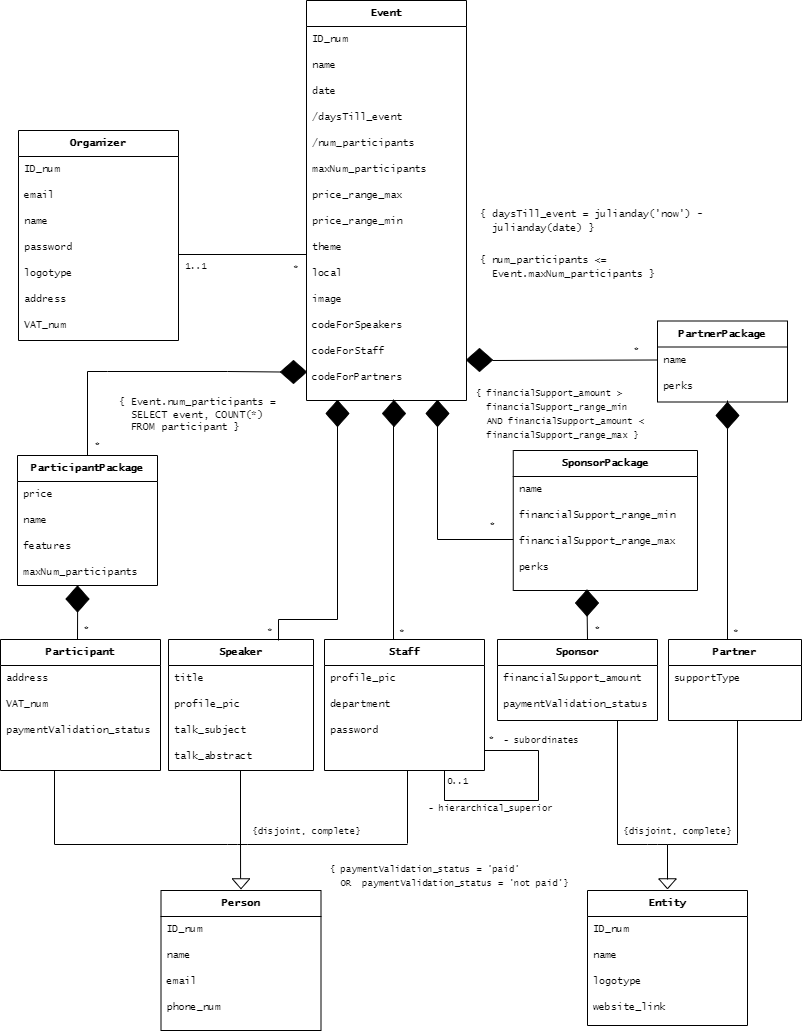
joamats/feup-InformationSystems keeps this draw.io diagram as docs/UML-Classes.png. Above is the earlier version. Source tidied: cells renumbered, new cells last; positions are measured from the earlier drawing's top-left corner, leaving out a move shared by most shapes.
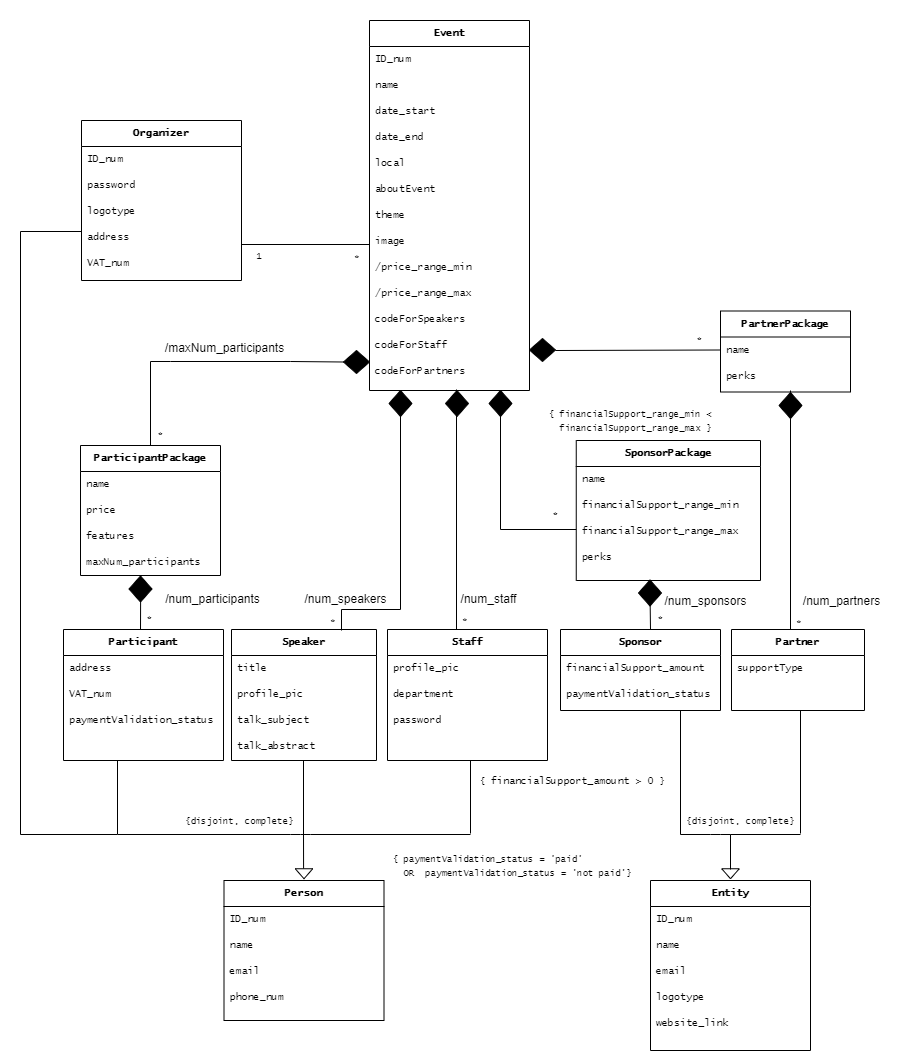
After the change.

Commit message:
Update Report with relational model and updated UML Diagram (closes #42, closes #46, closes #47)

Change to the diagram source:
```diff
@@ -5,3 +5,3 @@
     <mxCell id="2" value="Organizer" style="swimlane;fontStyle=1;align=center;verticalAlign=top;horizontal=1;startSize=26;rounded=0;shadow=0;strokeWidth=1;fontFamily=Lucida Console;fontSize=10;" parent="1" vertex="1">
-      <mxGeometry x="18" y="130" width="160" height="210" as="geometry" />
+      <mxGeometry x="18" y="130" width="160" height="160" as="geometry" />
     </mxCell>
@@ -10,22 +10,16 @@
     </mxCell>
-    <mxCell id="4" value="email" style="text;align=left;verticalAlign=top;spacingLeft=4;spacingRight=4;overflow=hidden;rounded=0;shadow=0;html=0;fontFamily=Lucida Console;fontSize=10;" parent="2" vertex="1">
-      <mxGeometry y="52" width="160" height="26" as="geometry" />
-    </mxCell>
-    <mxCell id="5" value="name" style="text;align=left;verticalAlign=top;spacingLeft=4;spacingRight=4;overflow=hidden;rounded=0;shadow=0;html=0;fontFamily=Lucida Console;fontSize=10;" parent="2" vertex="1">
-      <mxGeometry y="78" width="160" height="26" as="geometry" />
-    </mxCell>
     <mxCell id="6" value="password" style="text;align=left;verticalAlign=top;spacingLeft=4;spacingRight=4;overflow=hidden;rounded=0;shadow=0;html=0;fontFamily=Lucida Console;fontSize=10;" parent="2" vertex="1">
-      <mxGeometry y="104" width="160" height="26" as="geometry" />
+      <mxGeometry y="52" width="160" height="26" as="geometry" />
     </mxCell>
     <mxCell id="7" value="logotype" style="text;align=left;verticalAlign=top;spacingLeft=4;spacingRight=4;overflow=hidden;rounded=0;shadow=0;html=0;fontFamily=Lucida Console;fontSize=10;" parent="2" vertex="1">
-      <mxGeometry y="130" width="160" height="26" as="geometry" />
+      <mxGeometry y="78" width="160" height="26" as="geometry" />
     </mxCell>
     <mxCell id="8" value="address" style="text;align=left;verticalAlign=top;spacingLeft=4;spacingRight=4;overflow=hidden;rounded=0;shadow=0;html=0;fontFamily=Lucida Console;fontSize=10;" parent="2" vertex="1">
-      <mxGeometry y="156" width="160" height="26" as="geometry" />
+      <mxGeometry y="104" width="160" height="26" as="geometry" />
     </mxCell>
     <mxCell id="9" value="VAT_num" style="text;align=left;verticalAlign=top;spacingLeft=4;spacingRight=4;overflow=hidden;rounded=0;shadow=0;html=0;fontFamily=Lucida Console;fontSize=10;" parent="2" vertex="1">
-      <mxGeometry y="182" width="160" height="26" as="geometry" />
+      <mxGeometry y="130" width="160" height="26" as="geometry" />
     </mxCell>
     <mxCell id="10" value="Entity" style="swimlane;fontStyle=1;align=center;verticalAlign=top;horizontal=1;startSize=26;rounded=0;shadow=0;strokeWidth=1;fontFamily=Lucida Console;fontSize=10;" parent="1" vertex="1">
-      <mxGeometry x="587" y="890" width="160" height="135" as="geometry" />
+      <mxGeometry x="587" y="890" width="160" height="170" as="geometry" />
     </mxCell>
@@ -37,7 +31,10 @@
     </mxCell>
+    <mxCell id="4" value="email" style="text;align=left;verticalAlign=top;spacingLeft=4;spacingRight=4;overflow=hidden;rounded=0;shadow=0;html=0;fontFamily=Lucida Console;fontSize=10;" parent="10" vertex="1">
+      <mxGeometry y="78" width="160" height="26" as="geometry" />
+    </mxCell>
     <mxCell id="13" value="logotype" style="text;align=left;verticalAlign=top;spacingLeft=4;spacingRight=4;overflow=hidden;rounded=0;shadow=0;html=0;fontFamily=Lucida Console;fontSize=10;" parent="10" vertex="1">
-      <mxGeometry y="78" width="160" height="26" as="geometry" />
+      <mxGeometry y="104" width="160" height="26" as="geometry" />
     </mxCell>
     <mxCell id="14" value="website_link" style="text;align=left;verticalAlign=top;spacingLeft=4;spacingRight=4;overflow=hidden;rounded=0;shadow=0;html=0;fontFamily=Lucida Console;fontSize=10;" parent="10" vertex="1">
-      <mxGeometry y="104" width="160" height="26" as="geometry" />
+      <mxGeometry y="130" width="160" height="26" as="geometry" />
     </mxCell>
@@ -46,8 +43,8 @@
     </mxCell>
+    <mxCell id="17" value="name" style="text;align=left;verticalAlign=top;spacingLeft=4;spacingRight=4;overflow=hidden;fontFamily=Lucida Console;fontSize=10;" parent="15" vertex="1">
+      <mxGeometry y="26" width="140" height="26" as="geometry" />
+    </mxCell>
     <mxCell id="16" value="price" style="text;align=left;verticalAlign=top;spacingLeft=4;spacingRight=4;overflow=hidden;fontFamily=Lucida Console;fontSize=10;" parent="15" vertex="1">
-      <mxGeometry y="26" width="140" height="26" as="geometry" />
+      <mxGeometry y="52" width="140" height="26" as="geometry" />
     </mxCell>
-    <mxCell id="17" value="name" style="text;align=left;verticalAlign=top;spacingLeft=4;spacingRight=4;overflow=hidden;fontFamily=Lucida Console;fontSize=10;" parent="15" vertex="1">
-      <mxGeometry y="52" width="140" height="26" as="geometry" />
-    </mxCell>
     <mxCell id="18" value="features" style="text;align=left;verticalAlign=top;spacingLeft=4;spacingRight=4;overflow=hidden;fontFamily=Lucida Console;fontSize=10;" parent="15" vertex="1">
@@ -59,3 +56,3 @@
     <mxCell id="20" value="Event" style="swimlane;fontStyle=1;align=center;verticalAlign=top;horizontal=1;startSize=26;rounded=0;shadow=0;strokeWidth=1;fontFamily=Lucida Console;fontSize=10;" parent="1" vertex="1">
-      <mxGeometry x="306" width="160" height="400" as="geometry" />
+      <mxGeometry x="306" y="30" width="160" height="370" as="geometry" />
     </mxCell>
@@ -67,37 +64,34 @@
     </mxCell>
-    <mxCell id="23" value="date" style="text;align=left;verticalAlign=top;spacingLeft=4;spacingRight=4;overflow=hidden;rounded=0;shadow=0;html=0;fontFamily=Lucida Console;fontSize=10;" parent="20" vertex="1">
+    <mxCell id="23" value="date_start" style="text;align=left;verticalAlign=top;spacingLeft=4;spacingRight=4;overflow=hidden;rounded=0;shadow=0;html=0;fontFamily=Lucida Console;fontSize=10;" parent="20" vertex="1">
       <mxGeometry y="78" width="160" height="26" as="geometry" />
     </mxCell>
-    <mxCell id="24" value="/daysTill_event" style="text;align=left;verticalAlign=top;spacingLeft=4;spacingRight=4;overflow=hidden;rounded=0;shadow=0;html=0;fontFamily=Lucida Console;fontSize=10;" parent="20" vertex="1">
+    <mxCell id="24" value="date_end" style="text;align=left;verticalAlign=top;spacingLeft=4;spacingRight=4;overflow=hidden;rounded=0;shadow=0;html=0;fontFamily=Lucida Console;fontSize=10;" parent="20" vertex="1">
       <mxGeometry y="104" width="160" height="26" as="geometry" />
     </mxCell>
+    <mxCell id="30" value="local" style="text;align=left;verticalAlign=top;spacingLeft=4;spacingRight=4;overflow=hidden;rounded=0;shadow=0;html=0;fontFamily=Lucida Console;fontSize=10;" parent="20" vertex="1">
+      <mxGeometry y="130" width="160" height="26" as="geometry" />
+    </mxCell>
-    <mxCell id="25" value="/num_participants" style="text;align=left;verticalAlign=top;spacingLeft=4;spacingRight=4;overflow=hidden;rounded=0;shadow=0;html=0;fontFamily=Lucida Console;fontSize=10;" parent="20" vertex="1">
-      <mxGeometry y="130" width="160" height="26" as="geometry" />
+    <mxCell id="25" value="aboutEvent" style="text;align=left;verticalAlign=top;spacingLeft=4;spacingRight=4;overflow=hidden;rounded=0;shadow=0;html=0;fontFamily=Lucida Console;fontSize=10;" parent="20" vertex="1">
+      <mxGeometry y="156" width="160" height="26" as="geometry" />
     </mxCell>
-    <mxCell id="26" value="maxNum_participants" style="text;align=left;verticalAlign=top;spacingLeft=4;spacingRight=4;overflow=hidden;rounded=0;shadow=0;html=0;fontFamily=Lucida Console;fontSize=10;" parent="20" vertex="1">
-      <mxGeometry y="156" width="160" height="26" as="geometry" />
-    </mxCell>
+    <mxCell id="29" value="theme" style="text;align=left;verticalAlign=top;spacingLeft=4;spacingRight=4;overflow=hidden;rounded=0;shadow=0;html=0;fontFamily=Lucida Console;fontSize=10;" parent="20" vertex="1">
+      <mxGeometry y="182" width="160" height="26" as="geometry" />
+    </mxCell>
+    <mxCell id="31" value="image" style="text;align=left;verticalAlign=top;spacingLeft=4;spacingRight=4;overflow=hidden;rounded=0;shadow=0;html=0;fontFamily=Lucida Console;fontSize=10;" parent="20" vertex="1">
+      <mxGeometry y="208" width="160" height="26" as="geometry" />
+    </mxCell>
+    <mxCell id="28" value="/price_range_min" style="text;align=left;verticalAlign=top;spacingLeft=4;spacingRight=4;overflow=hidden;rounded=0;shadow=0;html=0;fontFamily=Lucida Console;fontSize=10;" parent="20" vertex="1">
+      <mxGeometry y="234" width="160" height="26" as="geometry" />
+    </mxCell>
-    <mxCell id="27" value="price_range_max" style="text;align=left;verticalAlign=top;spacingLeft=4;spacingRight=4;overflow=hidden;rounded=0;shadow=0;html=0;fontFamily=Lucida Console;fontSize=10;" parent="20" vertex="1">
-      <mxGeometry y="182" width="160" height="26" as="geometry" />
+    <mxCell id="27" value="/price_range_max" style="text;align=left;verticalAlign=top;spacingLeft=4;spacingRight=4;overflow=hidden;rounded=0;shadow=0;html=0;fontFamily=Lucida Console;fontSize=10;" parent="20" vertex="1">
+      <mxGeometry y="260" width="160" height="26" as="geometry" />
     </mxCell>
-    <mxCell id="28" value="price_range_min" style="text;align=left;verticalAlign=top;spacingLeft=4;spacingRight=4;overflow=hidden;rounded=0;shadow=0;html=0;fontFamily=Lucida Console;fontSize=10;" parent="20" vertex="1">
-      <mxGeometry y="208" width="160" height="26" as="geometry" />
-    </mxCell>
-    <mxCell id="29" value="theme" style="text;align=left;verticalAlign=top;spacingLeft=4;spacingRight=4;overflow=hidden;rounded=0;shadow=0;html=0;fontFamily=Lucida Console;fontSize=10;" parent="20" vertex="1">
-      <mxGeometry y="234" width="160" height="26" as="geometry" />
-    </mxCell>
-    <mxCell id="30" value="local" style="text;align=left;verticalAlign=top;spacingLeft=4;spacingRight=4;overflow=hidden;rounded=0;shadow=0;html=0;fontFamily=Lucida Console;fontSize=10;" parent="20" vertex="1">
-      <mxGeometry y="260" width="160" height="26" as="geometry" />
-    </mxCell>
-    <mxCell id="31" value="image" style="text;align=left;verticalAlign=top;spacingLeft=4;spacingRight=4;overflow=hidden;rounded=0;shadow=0;html=0;fontFamily=Lucida Console;fontSize=10;" parent="20" vertex="1">
-      <mxGeometry y="286" width="160" height="26" as="geometry" />
-    </mxCell>
     <mxCell id="32" value="codeForSpeakers" style="text;align=left;verticalAlign=top;spacingLeft=4;spacingRight=4;overflow=hidden;rounded=0;shadow=0;html=0;fontFamily=Lucida Console;fontSize=10;" parent="20" vertex="1">
-      <mxGeometry y="312" width="160" height="26" as="geometry" />
+      <mxGeometry y="286" width="160" height="26" as="geometry" />
     </mxCell>
     <mxCell id="33" value="codeForStaff" style="text;align=left;verticalAlign=top;spacingLeft=4;spacingRight=4;overflow=hidden;rounded=0;shadow=0;html=0;fontFamily=Lucida Console;fontSize=10;" parent="20" vertex="1">
-      <mxGeometry y="338" width="160" height="26" as="geometry" />
+      <mxGeometry y="312" width="160" height="26" as="geometry" />
     </mxCell>
     <mxCell id="34" value="codeForPartners" style="text;align=left;verticalAlign=top;spacingLeft=4;spacingRight=4;overflow=hidden;rounded=0;shadow=0;html=0;fontFamily=Lucida Console;fontSize=10;" parent="20" vertex="1">
-      <mxGeometry y="364" width="160" height="26" as="geometry" />
+      <mxGeometry y="338" width="160" height="26" as="geometry" />
     </mxCell>
@@ -139,13 +133,2 @@
     </mxCell>
-    <mxCell id="47" style="endArrow=none;html=1;rounded=0;fontFamily=Lucida Console;fontSize=10;" parent="44" edge="1">
-      <mxGeometry x="0.89" y="-4" relative="1" as="geometry">
-        <mxPoint x="120" y="131" as="sourcePoint" />
-        <mxPoint x="160" y="111" as="targetPoint" />
-        <Array as="points">
-          <mxPoint x="120" y="161" />
-          <mxPoint x="214" y="161" />
-          <mxPoint x="214" y="111" />
-        </Array>
-      </mxGeometry>
-    </mxCell>
     <mxCell id="48" value="password" style="text;align=left;verticalAlign=top;spacingLeft=4;spacingRight=4;overflow=hidden;rounded=0;shadow=0;html=0;fontFamily=Lucida Console;fontSize=10;" parent="44" vertex="1">
@@ -169,3 +152,3 @@
     <mxCell id="54" value="&lt;font style=&quot;font-size: 9px&quot;&gt;{disjoint, complete}&lt;/font&gt;" style="endArrow=none;html=1;fontFamily=Lucida Console;fontSize=10;" parent="1" edge="1">
-      <mxGeometry x="0.43" y="14" relative="1" as="geometry">
+      <mxGeometry x="-0.3" y="14" relative="1" as="geometry">
         <mxPoint x="54.2" y="844" as="sourcePoint" />
@@ -306,3 +289,3 @@
     </mxCell>
-    <mxCell id="84" value="&lt;font style=&quot;font-size: 9px&quot;&gt;1..1&lt;/font&gt;" style="edgeLabel;html=1;align=center;verticalAlign=middle;fontFamily=Lucida Console;fontSize=10;" parent="1" vertex="1">
+    <mxCell id="84" value="&lt;font style=&quot;font-size: 9px&quot;&gt;1&lt;/font&gt;" style="edgeLabel;html=1;align=center;verticalAlign=middle;fontFamily=Lucida Console;fontSize=10;" parent="1" vertex="1">
       <mxGeometry x="313" y="281" as="geometry">
@@ -311,5 +294,2 @@
     </mxCell>
-    <mxCell id="85" value="&lt;font style=&quot;font-size: 9px&quot;&gt;- hierarchical_superior&lt;/font&gt;" style="text;html=1;align=center;verticalAlign=middle;fontFamily=Lucida Console;fontSize=10;" parent="1" vertex="1">
-      <mxGeometry x="419.5" y="797" width="140" height="20" as="geometry" />
-    </mxCell>
     <mxCell id="86" style="endArrow=none;html=1;entryX=0.75;entryY=1;entryDx=0;entryDy=0;fontFamily=Lucida Console;fontSize=10;" parent="1" edge="1" target="49">
@@ -319,23 +299,5 @@
     </mxCell>
-    <mxCell id="87" value="&lt;font style=&quot;font-size: 9px&quot;&gt;0..1&lt;/font&gt;" style="text;html=1;strokeColor=none;fillColor=none;align=center;verticalAlign=middle;whiteSpace=wrap;rounded=0;fontFamily=Lucida Console;fontSize=10;" parent="1" vertex="1">
-      <mxGeometry x="438" y="770" width="40" height="20" as="geometry" />
-    </mxCell>
-    <mxCell id="88" value="&lt;font style=&quot;font-size: 9px&quot;&gt;- subordinates&lt;/font&gt;" style="text;html=1;align=center;verticalAlign=middle;fontFamily=Lucida Console;fontSize=10;" parent="1" vertex="1">
-      <mxGeometry x="496" y="729" width="90" height="20" as="geometry" />
-    </mxCell>
-    <mxCell id="89" value="&lt;font style=&quot;font-size: 9px&quot;&gt;*&lt;/font&gt;" style="text;html=1;strokeColor=none;fillColor=none;align=center;verticalAlign=middle;whiteSpace=wrap;rounded=0;fontFamily=Lucida Console;fontSize=10;" parent="1" vertex="1">
-      <mxGeometry x="472" y="728" width="40" height="20" as="geometry" />
-    </mxCell>
-    <mxCell id="90" value="&lt;font style=&quot;font-size: 10px&quot;&gt;{ daysTill_event = julianday('now') -&lt;br&gt;&amp;nbsp; julianday(date) }&lt;/font&gt;" style="text;html=1;strokeColor=none;fillColor=none;align=left;verticalAlign=middle;whiteSpace=wrap;rounded=0;fontFamily=Lucida Console;" parent="1" vertex="1">
-      <mxGeometry x="478" y="210" width="240" height="20" as="geometry" />
-    </mxCell>
-    <mxCell id="91" value="&lt;font style=&quot;font-size: 10px&quot;&gt;{&lt;/font&gt;&lt;span style=&quot;font-size: 10px;&quot;&gt;&amp;nbsp;Event.num_participants =&lt;/span&gt;&lt;font style=&quot;font-size: 10px&quot;&gt;&lt;br&gt;&lt;/font&gt;&lt;div style=&quot;font-size: 10px&quot;&gt;&lt;span&gt;&lt;font style=&quot;font-size: 10px&quot;&gt;&amp;nbsp; SELECT event, COUNT(*)&lt;/font&gt;&lt;/span&gt;&lt;/div&gt;&lt;div style=&quot;font-size: 10px&quot;&gt;&lt;span&gt;&lt;font style=&quot;font-size: 10px&quot;&gt;&amp;nbsp; FROM participant }&lt;/font&gt;&lt;/span&gt;&lt;/div&gt;" style="text;html=1;strokeColor=none;fillColor=none;align=left;verticalAlign=middle;whiteSpace=wrap;rounded=0;fontFamily=Lucida Console;" parent="1" vertex="1">
-      <mxGeometry x="117" y="388" width="189" height="50" as="geometry" />
-    </mxCell>
-    <mxCell id="92" value="&lt;font style=&quot;font-size: 9px&quot;&gt;{ financialSupport_amount &amp;gt;&amp;nbsp; &amp;nbsp; &amp;nbsp; &amp;nbsp; &amp;nbsp; financialSupport_range_min&amp;nbsp;&lt;br&gt;&amp;nbsp; AND financialSupport_amount &amp;lt;&amp;nbsp; &amp;nbsp; &amp;nbsp; financialSupport_range_max }&lt;/font&gt;" style="text;html=1;strokeColor=none;fillColor=none;align=left;verticalAlign=middle;whiteSpace=wrap;rounded=0;fontFamily=Lucida Console;" parent="1" vertex="1">
-      <mxGeometry x="473.5" y="373" width="188.5" height="80" as="geometry" />
+    <mxCell id="92" value="&lt;font style=&quot;font-size: 9px&quot;&gt;{ financialSupport_range_min &amp;lt;&amp;nbsp;&amp;nbsp;&lt;br&gt;&amp;nbsp; financialSupport_range_max }&lt;/font&gt;" style="text;html=1;strokeColor=none;fillColor=none;align=left;verticalAlign=middle;whiteSpace=wrap;rounded=0;fontFamily=Lucida Console;" parent="1" vertex="1">
+      <mxGeometry x="484" y="410" width="188.5" height="40" as="geometry" />
     </mxCell>
-    <mxCell id="93" value="&lt;font style=&quot;font-size: 10px&quot;&gt;{&amp;nbsp;&lt;span&gt;num_participants &amp;lt;=&amp;nbsp;&lt;/span&gt;&lt;br&gt;&lt;/font&gt;&lt;span style=&quot;font-size: 10px&quot;&gt;&amp;nbsp; Event.maxNum_participants&amp;nbsp;&lt;/span&gt;&lt;font style=&quot;font-size: 10px&quot;&gt;}&lt;/font&gt;" style="text;html=1;strokeColor=none;fillColor=none;align=left;verticalAlign=middle;whiteSpace=wrap;rounded=0;fontFamily=Lucida Console;" parent="1" vertex="1">
-      <mxGeometry x="478" y="236" width="240" height="60" as="geometry" />
-    </mxCell>
     <mxCell id="94" value="&lt;font style=&quot;font-size: 9px&quot;&gt;&lt;font style=&quot;font-size: 9px&quot;&gt;{&lt;/font&gt;&lt;span&gt;&amp;nbsp;paymentValidation_status = 'paid'&lt;br&gt;&lt;/span&gt;&lt;span&gt;&amp;nbsp; OR&amp;nbsp;&amp;nbsp;&lt;/span&gt;&lt;span&gt;paymentValidation_status = 'not paid'&lt;/span&gt;&lt;span&gt;}&lt;/span&gt;&lt;/font&gt;&lt;span style=&quot;font-size: 10px&quot;&gt;&lt;br&gt;&lt;/span&gt;" style="text;html=1;strokeColor=none;fillColor=none;align=left;verticalAlign=middle;whiteSpace=wrap;rounded=0;fontFamily=Lucida Console;" parent="1" vertex="1">
@@ -429,2 +391,38 @@
     </mxCell>
+    <mxCell id="116" style="endArrow=none;html=1;" parent="1" edge="1">
+      <mxGeometry relative="1" as="geometry">
+        <mxPoint x="-43" y="844" as="sourcePoint" />
+        <mxPoint x="54" y="844" as="targetPoint" />
+      </mxGeometry>
+    </mxCell>
+    <mxCell id="117" style="edgeStyle=orthogonalEdgeStyle;rounded=0;orthogonalLoop=1;jettySize=auto;html=1;exitX=0;exitY=0.5;exitDx=0;exitDy=0;endArrow=none;endFill=0;" parent="1" edge="1">
+      <mxGeometry relative="1" as="geometry">
+        <mxPoint x="18" y="241" as="sourcePoint" />
+        <mxPoint x="-43" y="844" as="targetPoint" />
+        <Array as="points">
+          <mxPoint x="-43" y="241" />
+        </Array>
+      </mxGeometry>
+    </mxCell>
+    <mxCell id="118" value="&lt;font style=&quot;font-size: 9px&quot;&gt;{&amp;nbsp;&lt;span style=&quot;font-size: 10px&quot;&gt;financialSupport_amount&lt;/span&gt;&lt;span style=&quot;font-size: 10px&quot;&gt;&amp;nbsp;&amp;gt; 0&amp;nbsp;&lt;/span&gt;}&lt;/font&gt;" style="text;html=1;strokeColor=none;fillColor=none;align=left;verticalAlign=middle;whiteSpace=wrap;rounded=0;fontFamily=Lucida Console;" parent="1" vertex="1">
+      <mxGeometry x="415" y="770" width="203" height="40" as="geometry" />
+    </mxCell>
+    <mxCell id="119" value="/maxNum_participants" style="text;html=1;strokeColor=none;fillColor=none;align=center;verticalAlign=middle;whiteSpace=wrap;rounded=0;" parent="1" vertex="1">
+      <mxGeometry x="90" y="348" width="143" height="18" as="geometry" />
+    </mxCell>
+    <mxCell id="120" value="/num_participants" style="text;html=1;strokeColor=none;fillColor=none;align=center;verticalAlign=middle;whiteSpace=wrap;rounded=0;" parent="1" vertex="1">
+      <mxGeometry x="78" y="599" width="143" height="18" as="geometry" />
+    </mxCell>
+    <mxCell id="121" value="/num_partners" style="text;html=1;strokeColor=none;fillColor=none;align=center;verticalAlign=middle;whiteSpace=wrap;rounded=0;" parent="1" vertex="1">
+      <mxGeometry x="707" y="601" width="143" height="18" as="geometry" />
+    </mxCell>
+    <mxCell id="122" value="/num_staff" style="text;html=1;strokeColor=none;fillColor=none;align=center;verticalAlign=middle;whiteSpace=wrap;rounded=0;" parent="1" vertex="1">
+      <mxGeometry x="354" y="599" width="143" height="18" as="geometry" />
+    </mxCell>
+    <mxCell id="123" value="/num_speakers" style="text;html=1;strokeColor=none;fillColor=none;align=center;verticalAlign=middle;whiteSpace=wrap;rounded=0;" parent="1" vertex="1">
+      <mxGeometry x="211" y="599" width="143" height="18" as="geometry" />
+    </mxCell>
+    <mxCell id="124" value="/num_sponsors" style="text;html=1;strokeColor=none;fillColor=none;align=center;verticalAlign=middle;whiteSpace=wrap;rounded=0;" parent="1" vertex="1">
+      <mxGeometry x="571" y="601" width="143" height="18" as="geometry" />
+    </mxCell>
   </root>
```
